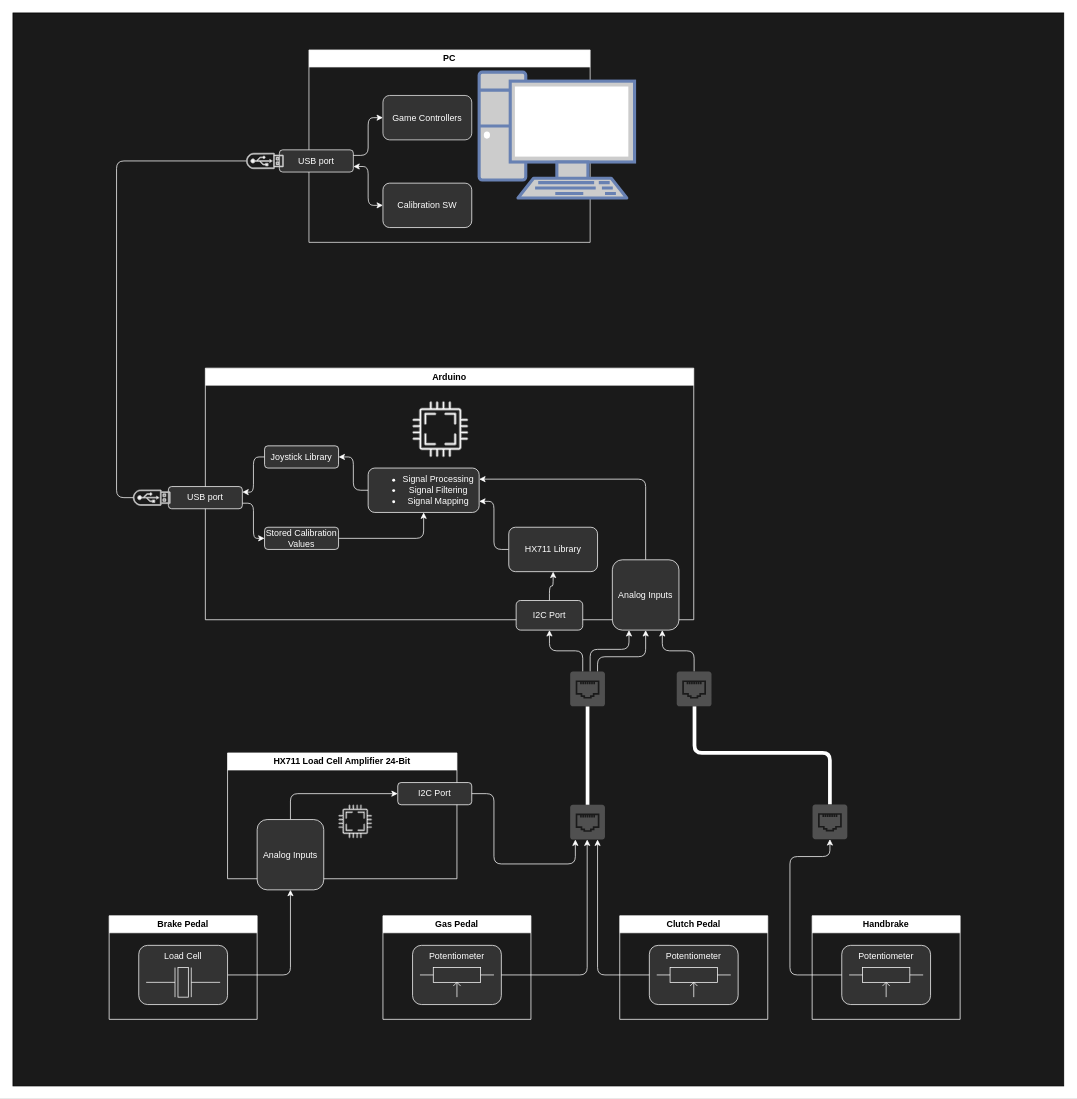
The draw.io diagram wiki/src/System Architecture.drawio in Krizsi96/Arduino-Pedalbox, before the edit. Source tidied: cells renumbered, new cells numbered last; positions are measured from the earlier drawing's top-left corner, leaving out a move shared by most shapes. Both pictures are drawn from the tidied source at 74%, with x=0, y=0 at pixel (13, 13).
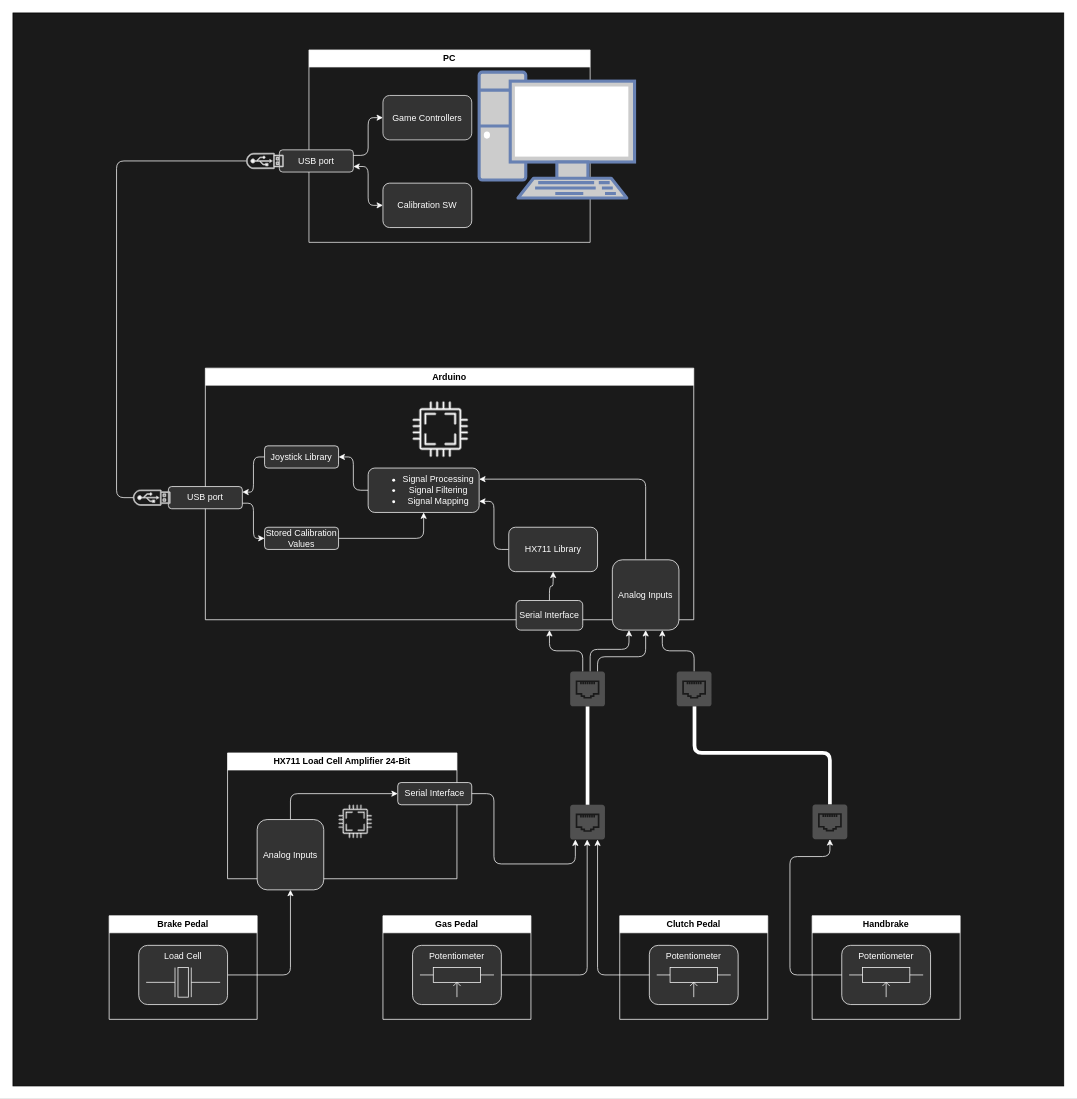
Above is the later version.

Commit message (it also covers changes not shown here):
correct HX711 communication to serial interface

Unchanged cells that the change refers to:
```xml
<mxCell id="4" value="Arduino" style="swimlane;whiteSpace=wrap;html=1;strokeColor=#FFFFFF;" parent="3" vertex="1">
  <mxGeometry x="260" y="480" width="660" height="340" as="geometry" />
</mxCell>
<mxCell id="20" value="HX711 Load Cell Amplifier 24-Bit" style="swimlane;whiteSpace=wrap;html=1;strokeColor=#FFFFFF;" parent="3" vertex="1">
  <mxGeometry x="290" y="1000" width="310" height="170" as="geometry" />
</mxCell>
```

The edit, as a diff of the source:
```diff
@@
-    <mxCell id="17" value="I2C Port" style="rounded=1;whiteSpace=wrap;html=1;strokeColor=#FFFFFF;fillColor=#333333;fontColor=#FFFFFF;" parent="4" vertex="1">
+    <mxCell id="17" value="Serial Interface" style="rounded=1;whiteSpace=wrap;html=1;strokeColor=#FFFFFF;fillColor=#333333;fontColor=#FFFFFF;" parent="4" vertex="1">
       <mxGeometry x="420" y="314" width="90" height="40" as="geometry" />
     </mxCell>
@@
-    <mxCell id="22" value="I2C Port" style="rounded=1;whiteSpace=wrap;html=1;fillColor=#333333;strokeColor=#FFFFFF;fontColor=#FFFFFF;" parent="20" vertex="1">
+    <mxCell id="22" value="Serial Interface" style="rounded=1;whiteSpace=wrap;html=1;fillColor=#333333;strokeColor=#FFFFFF;fontColor=#FFFFFF;" parent="20" vertex="1">
       <mxGeometry x="230" y="40" width="100" height="30" as="geometry" />
     </mxCell>
```
